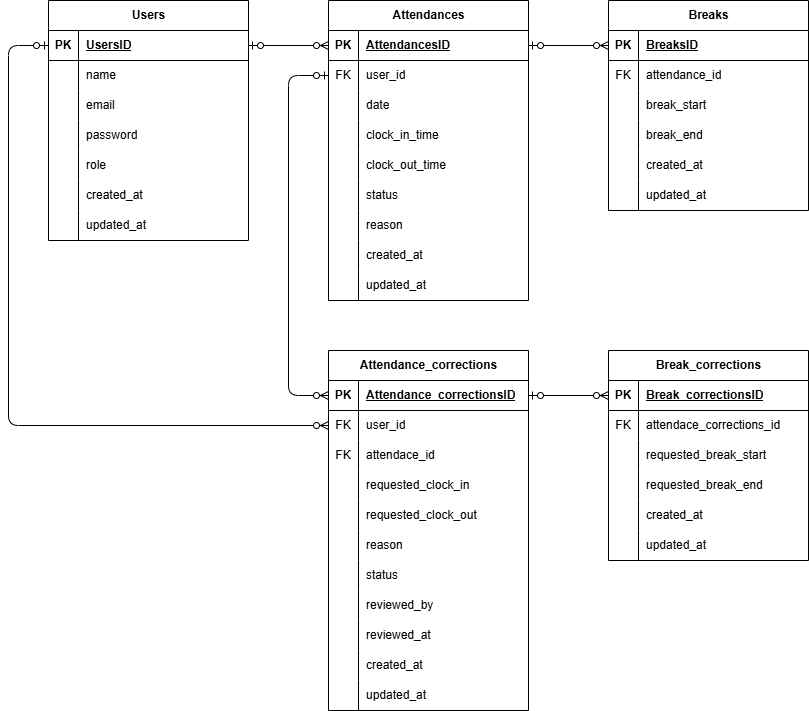
Before: ER.drawio.png, a diagram exported from draw.io (orochan89/attendance-management-app). Source tidied: cells renumbered, new cells last; positions are measured from the earlier drawing's top-left corner, leaving out a move shared by most shapes.
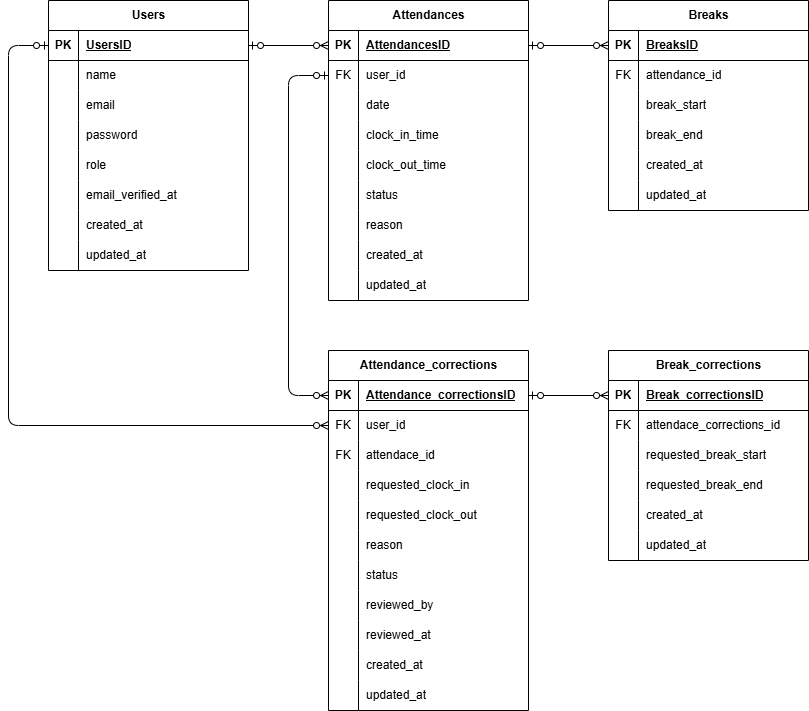
After the change.

What changed in the source:
```diff
@@ -3,7 +3,7 @@
     <mxCell id="0" />
     <mxCell id="1" parent="0" />
     <mxCell id="2" value="Users" style="shape=table;startSize=30;rowLines=0;fontStyle=1;align=center;html=1;" parent="1" vertex="1">
-      <mxGeometry x="40" width="200" height="240" as="geometry" />
+      <mxGeometry x="40" width="200" height="270" as="geometry" />
     </mxCell>
     <mxCell id="3" style="shape=tableRow;horizontal=0;startSize=0;swimlaneHead=0;swimlaneBody=0;fillColor=none;points=[[0,0.5],[1,0.5]];portConstraint=eastwest;top=0;left=0;right=0;bottom=1;" parent="2" vertex="1">
       <mxGeometry y="30" width="200" height="30" as="geometry" />
@@ -50,8 +50,17 @@
     <mxCell id="17" value="role" style="shape=partialRectangle;fillColor=none;top=0;left=0;bottom=0;right=0;align=left;spacingLeft=6;overflow=hidden;whiteSpace=wrap;html=1;" parent="15" vertex="1">
       <mxGeometry x="30" width="170" height="30" as="geometry" />
     </mxCell>
+    <mxCell id="129" style="shape=tableRow;horizontal=0;startSize=0;swimlaneHead=0;swimlaneBody=0;fillColor=none;top=0;left=0;right=0;bottom=0;" parent="2" vertex="1">
+      <mxGeometry y="180" width="200" height="30" as="geometry" />
+    </mxCell>
+    <mxCell id="130" style="shape=partialRectangle;fillColor=none;top=0;left=0;bottom=0;right=0;overflow=hidden;whiteSpace=wrap;html=1;" parent="129" vertex="1">
+      <mxGeometry width="30" height="30" as="geometry" />
+    </mxCell>
+    <mxCell id="131" value="email_verified_at" style="shape=partialRectangle;fillColor=none;top=0;left=0;bottom=0;right=0;align=left;spacingLeft=6;overflow=hidden;whiteSpace=wrap;html=1;" parent="129" vertex="1">
+      <mxGeometry x="30" width="170" height="30" as="geometry" />
+    </mxCell>
     <mxCell id="18" style="shape=tableRow;horizontal=0;startSize=0;swimlaneHead=0;swimlaneBody=0;fillColor=none;top=0;left=0;right=0;bottom=0;" parent="2" vertex="1">
-      <mxGeometry y="180" width="200" height="30" as="geometry" />
+      <mxGeometry y="210" width="200" height="30" as="geometry" />
     </mxCell>
     <mxCell id="19" style="shape=partialRectangle;fillColor=none;top=0;left=0;bottom=0;right=0;overflow=hidden;whiteSpace=wrap;html=1;" parent="18" vertex="1">
       <mxGeometry width="30" height="30" as="geometry" />
@@ -60,7 +69,7 @@
       <mxGeometry x="30" width="170" height="30" as="geometry" />
     </mxCell>
     <mxCell id="21" style="shape=tableRow;horizontal=0;startSize=0;swimlaneHead=0;swimlaneBody=0;fillColor=none;top=0;left=0;right=0;bottom=0;" parent="2" vertex="1">
-      <mxGeometry y="210" width="200" height="30" as="geometry" />
+      <mxGeometry y="240" width="200" height="30" as="geometry" />
     </mxCell>
     <mxCell id="22" style="shape=partialRectangle;fillColor=none;top=0;left=0;bottom=0;right=0;overflow=hidden;whiteSpace=wrap;html=1;" parent="21" vertex="1">
       <mxGeometry width="30" height="30" as="geometry" />
```
